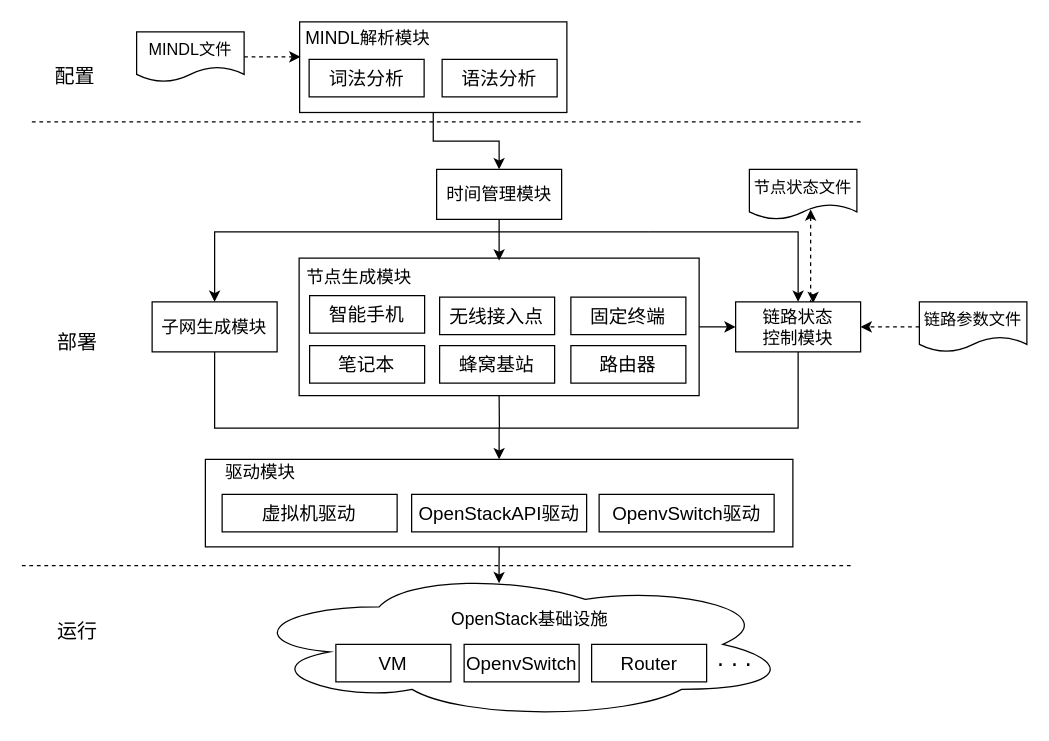
Before: page "原型系统架构" (1 of 5) of 网络仿真系统.drawio in Icarus1994/neutron_conf, a draw.io diagram. Source tidied: cells renumbered, new cells numbered last; positions are measured from the earlier drawing's top-left corner, leaving out a move shared by most shapes. Both pictures are drawn from the tidied source at 125%, with x=0, y=0 at pixel (21, 21).
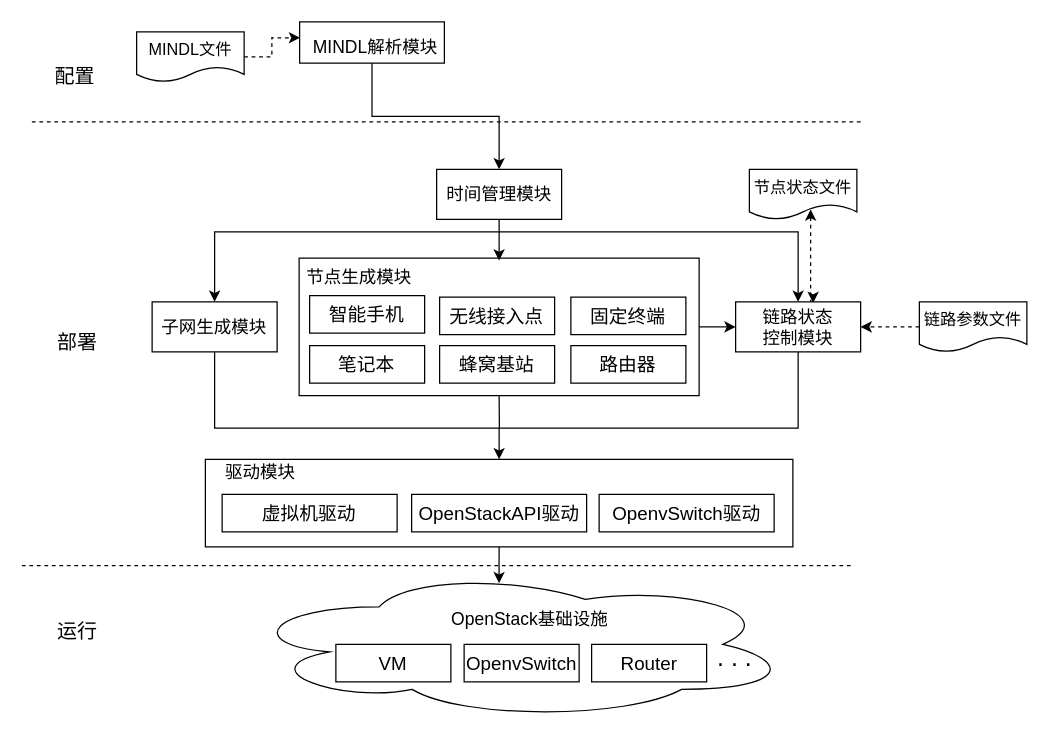
After the change.

Change to the diagram source:
```diff
@@
     <mxCell id="2" style="rounded=0;whiteSpace=wrap;html=1;" parent="1" vertex="1">
-      <mxGeometry x="222.2" width="213.8" height="72.5" as="geometry" />
+      <mxGeometry x="222.2" width="115.8" height="33" as="geometry" />
     </mxCell>
     <mxCell id="3" value="&lt;font style=&quot;font-size: 14px;&quot;&gt;MINDL解析模块&lt;/font&gt;" style="text;html=1;strokeColor=none;fillColor=none;align=center;verticalAlign=middle;whiteSpace=wrap;rounded=0;fontSize=14;" parent="1" vertex="1">
-      <mxGeometry x="222.2" y="3" width="110" height="20" as="geometry" />
+      <mxGeometry x="228" y="10" width="110" height="20" as="geometry" />
     </mxCell>
-    <mxCell id="4" value="&lt;span style=&quot;font-size: 15px&quot;&gt;词法分析&lt;/span&gt;" style="rounded=0;whiteSpace=wrap;html=1;" parent="1" vertex="1">
-      <mxGeometry x="229.8" y="30" width="92" height="30" as="geometry" />
-    </mxCell>
-    <mxCell id="5" value="&lt;span style=&quot;font-size: 15px&quot;&gt;语法分析&lt;/span&gt;" style="rounded=0;whiteSpace=wrap;html=1;" parent="1" vertex="1">
-      <mxGeometry x="336.2" y="30" width="92" height="30" as="geometry" />
-    </mxCell>
```
